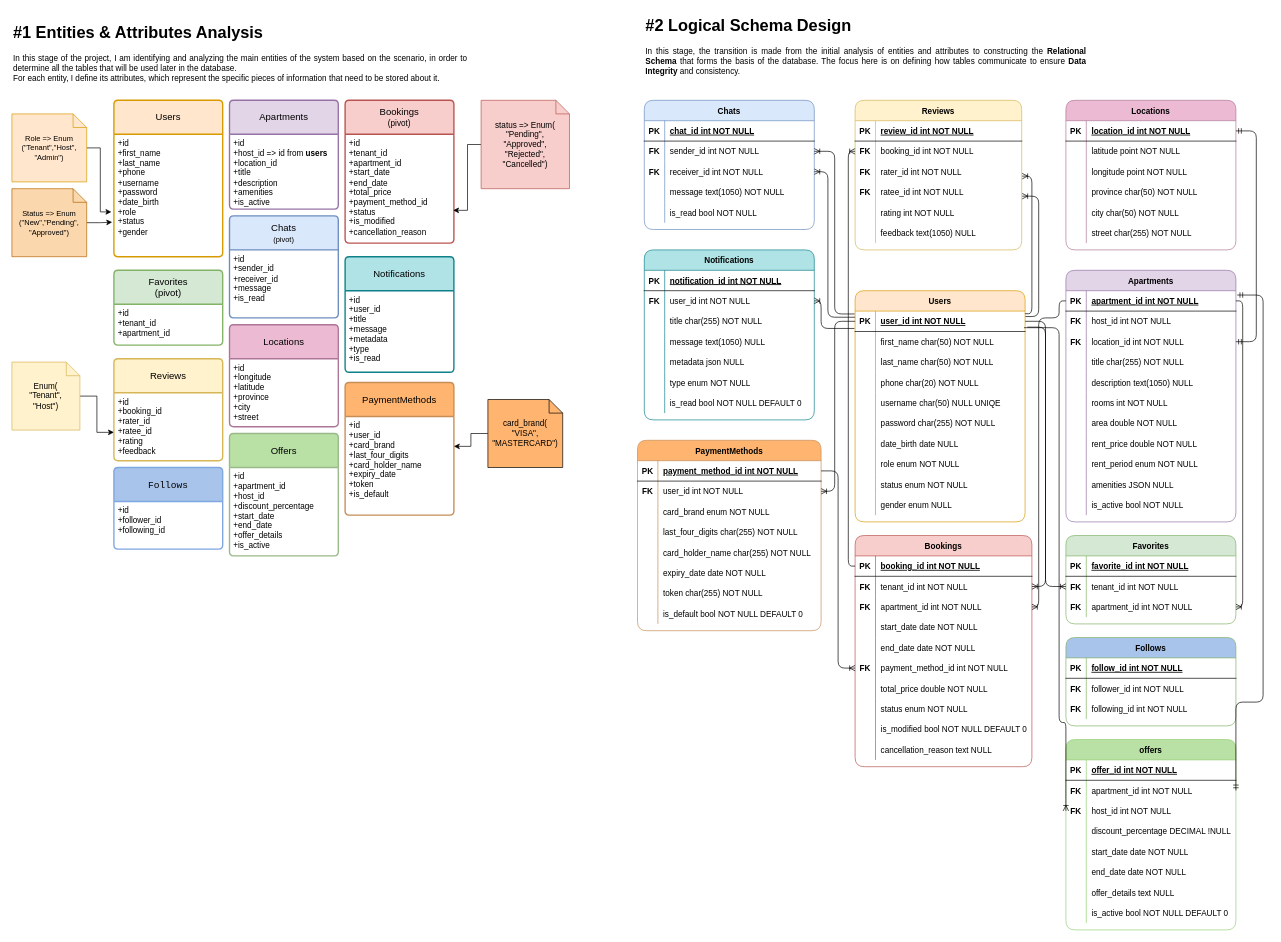
The draw.io diagram database/ERD/Apartment-Booking-System.drawio in housing-reservation-system/housing-reservation-backend, before the edit. Source tidied: cells renumbered, new cells numbered last; positions are measured from the earlier drawing's top-left corner, leaving out a move shared by most shapes. Both pictures are drawn from the tidied source at 68%, with x=0, y=0 at pixel (12, 12).
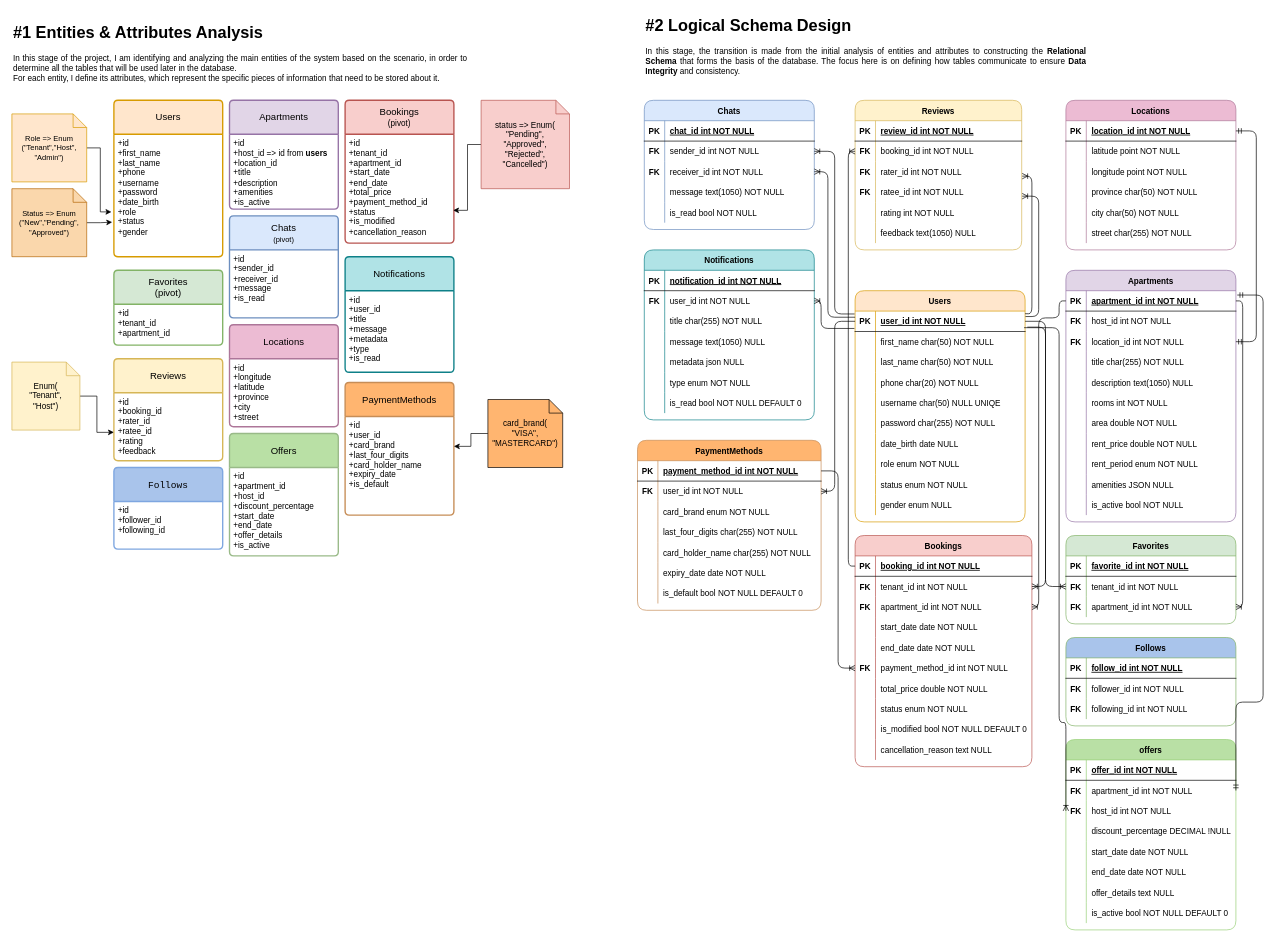
The same page after the edit.

Commit message (it also covers changes not shown here):
feat: Implement core apartment booking system with ERD, apartment management, payment methods, and related middleware.

Unchanged cells that the change refers to:
```xml
<mxCell id="210" value="PaymentMethods" style="swimlane;horizontal=1;startSize=50;rounded=1;fontSize=14;fontStyle=0;strokeWidth=2;shadow=0;dashed=0;align=center;arcSize=4;whiteSpace=wrap;html=1;fillColor=light-dark(#FFB570,#512D2B);strokeColor=#C68D57;" parent="1" vertex="1">
  <mxGeometry x="490" y="545" width="160" height="195" as="geometry" />
</mxCell>
```

The edit, as a diff of the source:
```diff
@@
-    <mxCell id="211" value="+id&lt;br&gt;+user_id&lt;br&gt;+card_brand&lt;br&gt;+last_four_digits&lt;br&gt;+card_holder_name&lt;br&gt;+expiry_date&lt;br&gt;+token&lt;br&gt;+is_default" style="align=left;strokeColor=none;fillColor=none;spacingLeft=4;spacingRight=4;fontSize=12;verticalAlign=top;html=1;whiteSpace=wrap;" parent="210" vertex="1">
+    <mxCell id="211" value="+id&lt;br&gt;+user_id&lt;br&gt;+card_brand&lt;br&gt;+last_four_digits&lt;br&gt;+card_holder_name&lt;br&gt;+expiry_date&lt;br&gt;+is_default" style="align=left;strokeColor=none;fillColor=none;spacingLeft=4;spacingRight=4;fontSize=12;verticalAlign=top;html=1;whiteSpace=wrap;" parent="210" vertex="1">
       <mxGeometry y="50" width="160" height="145" as="geometry" />
     </mxCell>
     <mxCell id="212" value="PaymentMethods" style="shape=table;startSize=30;childLayout=tableLayout;rowLines=0;fontStyle=1;align=center;fillColor=#FFB570;strokeColor=#C68D57;rounded=1;" parent="1" vertex="1">
-      <mxGeometry x="920" y="630" width="270" height="280" as="geometry" />
+      <mxGeometry x="920" y="630" width="270" height="250" as="geometry" />
     </mxCell>
@@
-    <mxCell id="231" style="shape=partialRectangle;fillColor=none;top=0;left=0;right=0;bottom=0;" parent="212" vertex="1">
-      <mxGeometry y="210" width="270" height="30" as="geometry" />
-    </mxCell>
-    <mxCell id="232" style="shape=partialRectangle;overflow=hidden;fillColor=none;top=0;left=0;bottom=0;right=0;fontStyle=1;" parent="231" vertex="1">
-      <mxGeometry width="30" height="30" as="geometry" />
-    </mxCell>
-    <mxCell id="233" value="token char(255) NOT NULL" style="shape=partialRectangle;overflow=hidden;fillColor=none;top=0;left=0;bottom=0;right=0;align=left;spacingLeft=6;" parent="231" vertex="1">
-      <mxGeometry x="30" width="240" height="30" as="geometry" />
-    </mxCell>
     <mxCell id="234" style="shape=partialRectangle;fillColor=none;top=0;left=0;right=0;bottom=0;" parent="212" vertex="1">
-      <mxGeometry y="240" width="270" height="30" as="geometry" />
+      <mxGeometry y="210" width="270" height="30" as="geometry" />
     </mxCell>
```
